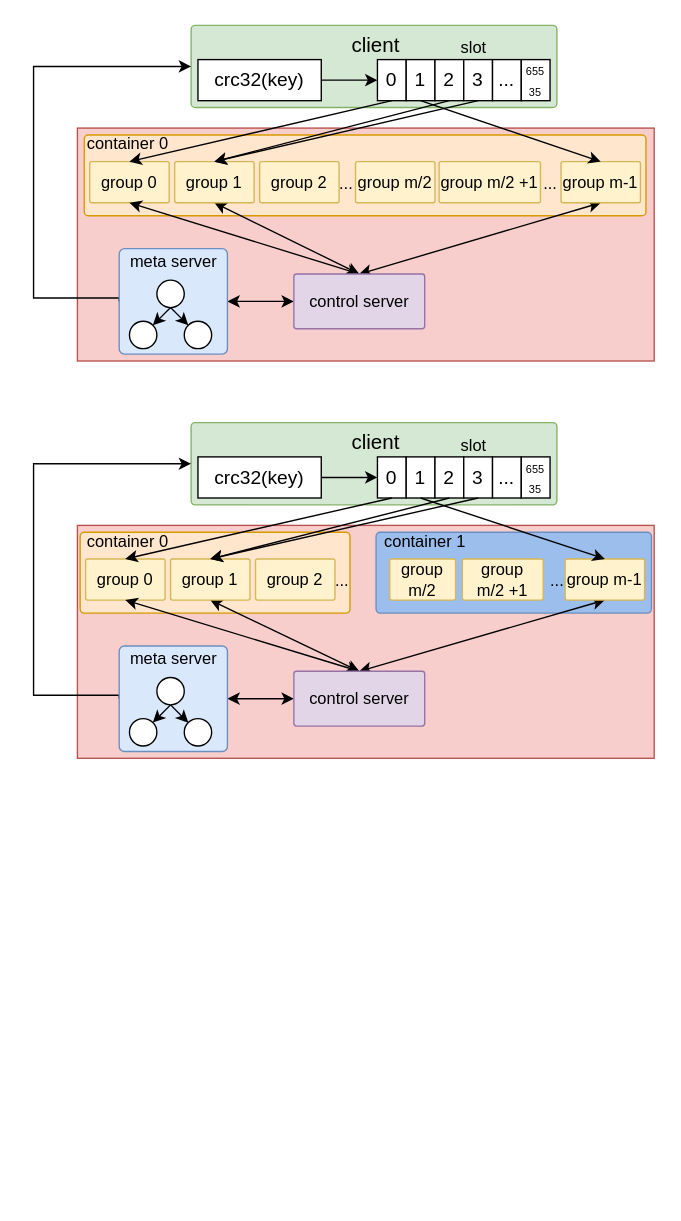
yantao006/draw_io keeps this draw.io diagram as page "第 3 页" (3 of 3) of kv.drawio. Above is the earlier version. Source tidied: cells renumbered, new cells numbered last; positions are measured from the earlier drawing's top-left corner, leaving out a move shared by most shapes. Both pictures are drawn from the tidied source at 137%, with x=0, y=0 at pixel (33, 23).
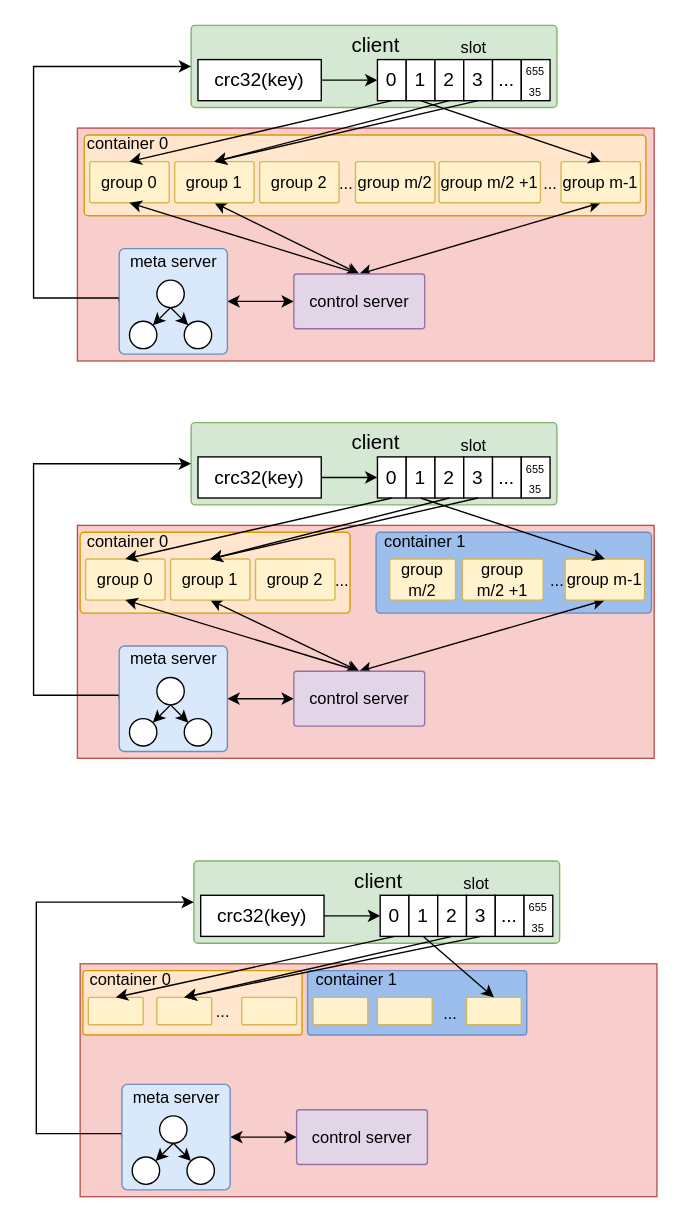
The same diagram, later.

The edit, as a diff of the source:
```diff
@@
+    <mxCell id="86" style="rounded=0;whiteSpace=wrap;html=1;fillColor=#f8cecc;strokeColor=#b85450;" parent="1" vertex="1">
+      <mxGeometry x="34" y="686" width="421" height="170" as="geometry" />
+    </mxCell>
+    <mxCell id="87" style="rounded=1;whiteSpace=wrap;html=1;arcSize=5;align=center;fillColor=#9bbeed;strokeColor=#6c8ebf;" parent="1" vertex="1">
+      <mxGeometry x="200" y="691" width="160" height="47" as="geometry" />
+    </mxCell>
+    <mxCell id="88" style="rounded=1;whiteSpace=wrap;html=1;arcSize=5;align=center;fillColor=#ffe6cc;strokeColor=#d79b00;" parent="1" vertex="1">
+      <mxGeometry x="36" y="691" width="160" height="47" as="geometry" />
+    </mxCell>
+    <mxCell id="89" style="rounded=1;whiteSpace=wrap;html=1;arcSize=5;fillColor=#fff2cc;strokeColor=#d6b656;" parent="1" vertex="1">
+      <mxGeometry x="40" y="710.5" width="40" height="20" as="geometry" />
+    </mxCell>
+    <mxCell id="90" style="rounded=1;whiteSpace=wrap;html=1;arcSize=5;fillColor=#d5e8d4;strokeColor=#82b366;" parent="1" vertex="1">
+      <mxGeometry x="117" y="611" width="267" height="60" as="geometry" />
+    </mxCell>
+    <mxCell id="91" style="edgeStyle=orthogonalEdgeStyle;rounded=0;jettySize=auto;html=1;exitX=1;exitY=0.5;exitDx=0;exitDy=0;entryX=0;entryY=0.5;entryDx=0;entryDy=0;" parent="1" edge="1" source="92" target="94">
+      <mxGeometry relative="1" as="geometry" />
+    </mxCell>
+    <mxCell id="92" value="&lt;font style=&quot;font-size: 14px;&quot;&gt;crc32(key)&lt;/font&gt;" style="rounded=0;whiteSpace=wrap;html=1;" parent="1" vertex="1">
+      <mxGeometry x="122" y="636" width="90" height="30" as="geometry" />
+    </mxCell>
+    <mxCell id="93" style="group;" parent="1" vertex="1">
+      <mxGeometry x="253" y="636" width="126" height="30" as="geometry" />
+    </mxCell>
+    <mxCell id="94" value="&lt;span style=&quot;font-size: 14px;&quot;&gt;0&lt;/span&gt;" style="rounded=0;whiteSpace=wrap;html=1;" parent="93" vertex="1">
+      <mxGeometry width="21" height="30" as="geometry" />
+    </mxCell>
+    <mxCell id="95" value="&lt;span style=&quot;font-size: 14px;&quot;&gt;1&lt;/span&gt;" style="rounded=0;whiteSpace=wrap;html=1;" parent="93" vertex="1">
+      <mxGeometry x="21" width="21" height="30" as="geometry" />
+    </mxCell>
+    <mxCell id="96" value="&lt;span style=&quot;font-size: 14px;&quot;&gt;2&lt;/span&gt;" style="rounded=0;whiteSpace=wrap;html=1;" parent="93" vertex="1">
+      <mxGeometry x="42" width="21" height="30" as="geometry" />
+    </mxCell>
+    <mxCell id="97" value="&lt;span style=&quot;font-size: 14px;&quot;&gt;3&lt;/span&gt;" style="rounded=0;whiteSpace=wrap;html=1;" parent="93" vertex="1">
+      <mxGeometry x="63" width="21" height="30" as="geometry" />
+    </mxCell>
+    <mxCell id="98" value="&lt;span style=&quot;font-size: 14px;&quot;&gt;...&lt;/span&gt;" style="rounded=0;whiteSpace=wrap;html=1;" parent="93" vertex="1">
+      <mxGeometry x="84" width="21" height="30" as="geometry" />
+    </mxCell>
+    <mxCell id="99" value="&lt;font style=&quot;font-size: 8px;&quot;&gt;655&lt;/font&gt;&lt;div&gt;&lt;font style=&quot;font-size: 8px;&quot;&gt;35&lt;/font&gt;&lt;/div&gt;" style="rounded=0;whiteSpace=wrap;html=1;" parent="93" vertex="1">
+      <mxGeometry x="105" width="21" height="30" as="geometry" />
+    </mxCell>
+    <mxCell id="100" value="&lt;font style=&quot;font-size: 15px;&quot;&gt;client&lt;/font&gt;" style="text;html=1;align=center;verticalAlign=middle;whiteSpace=wrap;rounded=0;" parent="1" vertex="1">
+      <mxGeometry x="222" y="610" width="60" height="30" as="geometry" />
+    </mxCell>
+    <mxCell id="101" style="rounded=1;whiteSpace=wrap;html=1;arcSize=5;fillColor=#fff2cc;strokeColor=#d6b656;" parent="1" vertex="1">
+      <mxGeometry x="90" y="710.5" width="40" height="20" as="geometry" />
+    </mxCell>
+    <mxCell id="102" style="rounded=1;whiteSpace=wrap;html=1;arcSize=5;fillColor=#fff2cc;strokeColor=#d6b656;" parent="1" vertex="1">
+      <mxGeometry x="316" y="710.5" width="40" height="20" as="geometry" />
+    </mxCell>
+    <mxCell id="103" style="rounded=0;jettySize=auto;html=1;exitX=0.5;exitY=1;exitDx=0;exitDy=0;entryX=0.5;entryY=0;entryDx=0;entryDy=0;" parent="1" edge="1" source="94" target="89">
+      <mxGeometry relative="1" as="geometry" />
+    </mxCell>
+    <mxCell id="104" style="rounded=0;jettySize=auto;html=1;exitX=0.5;exitY=1;exitDx=0;exitDy=0;entryX=0.5;entryY=0;entryDx=0;entryDy=0;" parent="1" edge="1" source="95" target="102">
+      <mxGeometry relative="1" as="geometry" />
+    </mxCell>
+    <mxCell id="105" style="rounded=0;jettySize=auto;html=1;exitX=0.5;exitY=1;exitDx=0;exitDy=0;entryX=0.5;entryY=0;entryDx=0;entryDy=0;" parent="1" edge="1" source="96" target="101">
+      <mxGeometry relative="1" as="geometry" />
+    </mxCell>
+    <mxCell id="106" style="rounded=0;jettySize=auto;html=1;exitX=0.5;exitY=1;exitDx=0;exitDy=0;entryX=0.5;entryY=0;entryDx=0;entryDy=0;strokeWidth=1;" parent="1" edge="1" source="97" target="101">
+      <mxGeometry relative="1" as="geometry" />
+    </mxCell>
+    <mxCell id="107" style="edgeStyle=orthogonalEdgeStyle;rounded=0;jettySize=auto;html=1;entryX=0;entryY=0.5;entryDx=0;entryDy=0;exitX=0;exitY=0.5;exitDx=0;exitDy=0;" parent="1" edge="1" source="111" target="90">
+      <mxGeometry relative="1" as="geometry">
+        <Array as="points">
+          <mxPoint x="64" y="810" />
+          <mxPoint x="2" y="810" />
+          <mxPoint x="2" y="641" />
+        </Array>
+      </mxGeometry>
+    </mxCell>
+    <mxCell id="108" style="edgeStyle=orthogonalEdgeStyle;rounded=0;jettySize=auto;html=1;exitX=0;exitY=0.5;exitDx=0;exitDy=0;entryX=1;entryY=0.5;entryDx=0;entryDy=0;startArrow=classic;startFill=1;" parent="1" edge="1" source="109" target="111">
+      <mxGeometry relative="1" as="geometry" />
+    </mxCell>
+    <mxCell id="109" value="control server" style="rounded=1;whiteSpace=wrap;html=1;arcSize=5;fillColor=#e1d5e7;strokeColor=#9673a6;" parent="1" vertex="1">
+      <mxGeometry x="192" y="792.5" width="95.5" height="40" as="geometry" />
+    </mxCell>
+    <mxCell id="110" style="group;" parent="1" vertex="1">
+      <mxGeometry x="64.5" y="774" width="79" height="77" as="geometry" />
+    </mxCell>
+    <mxCell id="111" style="rounded=1;whiteSpace=wrap;html=1;arcSize=5;fillColor=#dae8fc;strokeColor=#6c8ebf;" parent="110" vertex="1">
+      <mxGeometry width="79" height="77" as="geometry" />
+    </mxCell>
+    <mxCell id="112" style="rounded=0;jettySize=auto;html=1;exitX=0.5;exitY=1;exitDx=0;exitDy=0;" parent="110" edge="1" source="114" target="115">
+      <mxGeometry relative="1" as="geometry" />
+    </mxCell>
+    <mxCell id="113" style="rounded=0;jettySize=auto;html=1;exitX=0.5;exitY=1;exitDx=0;exitDy=0;" parent="110" edge="1" source="114" target="116">
+      <mxGeometry relative="1" as="geometry" />
+    </mxCell>
+    <mxCell id="114" style="ellipse;whiteSpace=wrap;html=1;" parent="110" vertex="1">
+      <mxGeometry x="27.5" y="23" width="20" height="20" as="geometry" />
+    </mxCell>
+    <mxCell id="115" style="ellipse;whiteSpace=wrap;html=1;" parent="110" vertex="1">
+      <mxGeometry x="7.5" y="53" width="20" height="20" as="geometry" />
+    </mxCell>
+    <mxCell id="116" style="ellipse;whiteSpace=wrap;html=1;" parent="110" vertex="1">
+      <mxGeometry x="47.5" y="53" width="20" height="20" as="geometry" />
+    </mxCell>
+    <mxCell id="117" value="&lt;font style=&quot;font-size: 12px;&quot;&gt;&lt;font style=&quot;font-size: 12px;&quot;&gt;meta&amp;nbsp;&lt;/font&gt;&lt;span style=&quot;background-color: initial;&quot;&gt;server&lt;/span&gt;&lt;/font&gt;" style="text;html=1;align=center;verticalAlign=middle;whiteSpace=wrap;rounded=0;" parent="110" vertex="1">
+      <mxGeometry x="3.4" width="72.8" height="20" as="geometry" />
+    </mxCell>
+    <mxCell id="118" value="&lt;font style=&quot;font-size: 12px;&quot;&gt;slot&lt;/font&gt;" style="text;html=1;align=center;verticalAlign=middle;whiteSpace=wrap;rounded=0;" parent="1" vertex="1">
+      <mxGeometry x="309" y="618" width="29" height="20" as="geometry" />
+    </mxCell>
+    <mxCell id="119" value="&lt;font style=&quot;font-size: 12px;&quot;&gt;container 0&lt;/font&gt;" style="text;html=1;align=center;verticalAlign=middle;whiteSpace=wrap;rounded=0;" parent="1" vertex="1">
+      <mxGeometry x="40" y="683" width="62" height="30" as="geometry" />
+    </mxCell>
+    <mxCell id="120" style="rounded=1;whiteSpace=wrap;html=1;arcSize=5;fillColor=#fff2cc;strokeColor=#d6b656;" parent="1" vertex="1">
+      <mxGeometry x="152" y="710.5" width="40" height="20" as="geometry" />
+    </mxCell>
+    <mxCell id="121" style="rounded=1;whiteSpace=wrap;html=1;arcSize=5;fillColor=#fff2cc;strokeColor=#d6b656;" parent="1" vertex="1">
+      <mxGeometry x="204" y="710.5" width="40" height="20" as="geometry" />
+    </mxCell>
+    <mxCell id="122" value="&lt;font style=&quot;font-size: 12px;&quot;&gt;...&lt;/font&gt;" style="text;html=1;align=center;verticalAlign=middle;whiteSpace=wrap;rounded=0;" parent="1" vertex="1">
+      <mxGeometry x="296" y="708" width="17" height="30" as="geometry" />
+    </mxCell>
+    <mxCell id="123" style="rounded=1;whiteSpace=wrap;html=1;arcSize=5;fillColor=#fff2cc;strokeColor=#d6b656;" parent="1" vertex="1">
+      <mxGeometry x="251" y="710.5" width="40" height="20" as="geometry" />
+    </mxCell>
+    <mxCell id="124" value="&lt;font style=&quot;font-size: 12px;&quot;&gt;container 1&lt;/font&gt;" style="text;html=1;align=center;verticalAlign=middle;whiteSpace=wrap;rounded=0;" parent="1" vertex="1">
+      <mxGeometry x="205" y="683" width="62" height="30" as="geometry" />
+    </mxCell>
+    <mxCell id="125" value="&lt;font style=&quot;font-size: 12px;&quot;&gt;...&lt;/font&gt;" style="text;html=1;align=center;verticalAlign=middle;whiteSpace=wrap;rounded=0;" parent="1" vertex="1">
+      <mxGeometry x="130" y="705.5" width="17" height="30" as="geometry" />
+    </mxCell>
```
